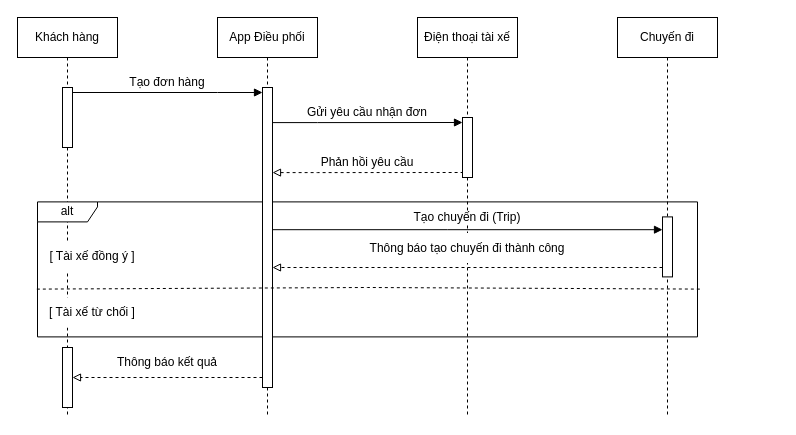
Earlier version of the draw.io diagram B03.drawio (Yuk1n3IzHav/B25DTCN324_IT105_session_10_bai_3). Source tidied: cells renumbered, new cells numbered last; positions are measured from the earlier drawing's top-left corner, leaving out a move shared by most shapes. Both pictures are drawn from the tidied source at 100%, with x=0, y=0 at pixel (17, 17).
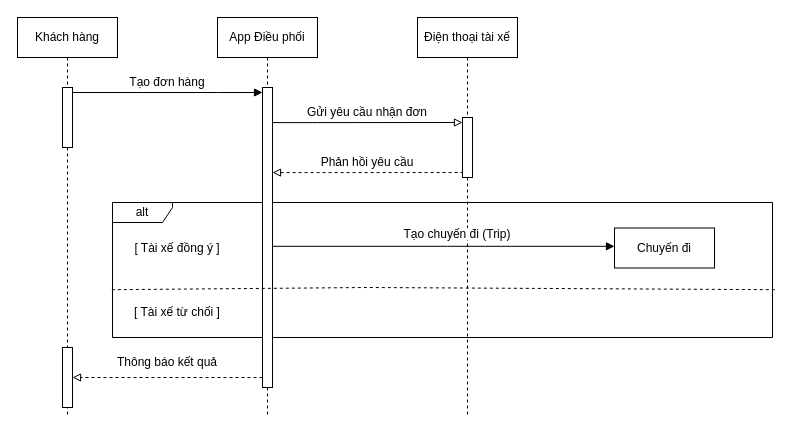
After the change.

Unchanged cells that the change refers to:
```xml
<mxCell id="8" value="Điện thoại tài xế" style="shape=umlLifeline;perimeter=lifelinePerimeter;whiteSpace=wrap;html=1;newEdgeStyle={&quot;curved&quot;:0,&quot;rounded&quot;:0};" parent="1" vertex="1">
  <mxGeometry x="400" width="100" height="400" as="geometry" />
</mxCell>
<mxCell id="9" style="html=1;points=[[0,0,0,0,5],[0,1,0,0,-5],[1,0,0,0,5],[1,1,0,0,-5]];perimeter=orthogonalPerimeter;outlineConnect=0;targetShapes=umlLifeline;portConstraint=eastwest;newEdgeStyle={&quot;curved&quot;:0,&quot;rounded&quot;:0};" parent="8" vertex="1">
  <mxGeometry x="45" y="100" width="10" height="60" as="geometry" />
</mxCell>
<mxCell id="13" style="html=1;points=[[0,0,0,0,5],[0,1,0,0,-5],[1,0,0,0,5],[1,1,0,0,-5]];perimeter=orthogonalPerimeter;outlineConnect=0;targetShapes=umlLifeline;portConstraint=eastwest;newEdgeStyle={&quot;curved&quot;:0,&quot;rounded&quot;:0};" parent="12" vertex="1">
  <mxGeometry x="45" y="70" width="10" height="300" as="geometry" />
</mxCell>
```

Diff of the diagram source:
```diff
@@
     <mxCell id="5" value="alt" style="shape=umlFrame;whiteSpace=wrap;html=1;width=60;height=20;" parent="1" vertex="1">
-      <mxGeometry x="20" y="184.4" width="660" height="135" as="geometry" />
+      <mxGeometry x="95" y="185" width="660" height="135" as="geometry" />
     </mxCell>
-    <mxCell id="6" value="Chuyến đi" style="shape=umlLifeline;perimeter=lifelinePerimeter;whiteSpace=wrap;html=1;newEdgeStyle={&quot;curved&quot;:0,&quot;rounded&quot;:0};" parent="1" vertex="1">
-      <mxGeometry x="600" width="100" height="400" as="geometry" />
-    </mxCell>
-    <mxCell id="7" style="html=1;points=[[0,0,0,0,5],[0,1,0,0,-5],[1,0,0,0,5],[1,1,0,0,-5]];perimeter=orthogonalPerimeter;outlineConnect=0;targetShapes=umlLifeline;portConstraint=eastwest;newEdgeStyle={&quot;curved&quot;:0,&quot;rounded&quot;:0};" parent="6" vertex="1">
-      <mxGeometry x="45" y="199.4" width="10" height="60" as="geometry" />
-    </mxCell>
@@
-    <mxCell id="10" style="edgeStyle=orthogonalEdgeStyle;rounded=0;jettySize=auto;html=1;curved=0;entryX=0;entryY=0;entryDx=0;entryDy=5;entryPerimeter=0;endArrow=block;endFill=1;" parent="8" edge="1" target="9">
+    <mxCell id="10" style="edgeStyle=orthogonalEdgeStyle;rounded=0;jettySize=auto;html=1;curved=0;entryX=0;entryY=0;entryDx=0;entryDy=5;entryPerimeter=0;endArrow=block;endFill=0;" parent="8" edge="1" target="9">
       <mxGeometry relative="1" as="geometry">
         <mxPoint x="-145" y="105.1" as="sourcePoint" />
         <Array as="points">
           <mxPoint x="-100" y="105" />
           <mxPoint x="-100" y="105" />
         </Array>
       </mxGeometry>
     </mxCell>
@@
     <mxCell id="14" style="edgeStyle=orthogonalEdgeStyle;rounded=0;orthogonalLoop=1;jettySize=auto;html=1;curved=0;endArrow=block;endFill=1;" parent="1" edge="1">
       <mxGeometry relative="1" as="geometry">
-        <mxPoint x="255" y="212.2" as="sourcePoint" />
-        <mxPoint x="645" y="212.2" as="targetPoint" />
+        <mxPoint x="255" y="228.8" as="sourcePoint" />
+        <mxPoint x="597" y="228.8" as="targetPoint" />
         <Array as="points">
-          <mxPoint x="430" y="212.2" />
-          <mxPoint x="430" y="212.2" />
+          <mxPoint x="430" y="228.8" />
+          <mxPoint x="430" y="228.8" />
         </Array>
       </mxGeometry>
     </mxCell>
@@
     <mxCell id="16" value="Tạo chuyến đi (Trip)" style="text;html=1;whiteSpace=wrap;strokeColor=none;fillColor=default;align=center;verticalAlign=middle;rounded=0;" parent="1" vertex="1">
-      <mxGeometry x="390" y="193.9" width="120" height="12.2" as="geometry" />
+      <mxGeometry x="380" y="210.5" width="120" height="12.2" as="geometry" />
     </mxCell>
@@
     <mxCell id="21" value="[ Tài xế đồng ý ]" style="text;html=1;whiteSpace=wrap;strokeColor=none;fillColor=default;align=center;verticalAlign=middle;rounded=0;" parent="1" vertex="1">
-      <mxGeometry x="30" y="224.4" width="90" height="30" as="geometry" />
+      <mxGeometry x="115" y="215.5" width="90" height="30" as="geometry" />
     </mxCell>
     <mxCell id="22" value="[ Tài xế từ chối ]" style="text;html=1;whiteSpace=wrap;strokeColor=none;fillColor=default;align=center;verticalAlign=middle;rounded=0;" parent="1" vertex="1">
-      <mxGeometry x="30" y="280" width="90" height="30" as="geometry" />
+      <mxGeometry x="115" y="280" width="90" height="30" as="geometry" />
     </mxCell>
@@
-    <mxCell id="25" style="edgeStyle=orthogonalEdgeStyle;rounded=0;jettySize=auto;html=1;curved=0;dashed=1;endArrow=block;endFill=0;" parent="1" edge="1" source="7" target="13">
-      <mxGeometry relative="1" as="geometry">
-        <Array as="points">
-          <mxPoint x="450" y="250" />
-          <mxPoint x="450" y="250" />
-        </Array>
-      </mxGeometry>
-    </mxCell>
-    <mxCell id="26" value="Thông báo tạo chuyến đi thành công" style="text;html=1;whiteSpace=wrap;strokeColor=none;fillColor=default;align=center;verticalAlign=middle;rounded=0;" parent="1" vertex="1">
-      <mxGeometry x="350" y="215.5" width="200" height="30" as="geometry" />
-    </mxCell>
+    <mxCell id="6" value="Chuyến đi" style="rounded=0;whiteSpace=wrap;html=1;" parent="1" vertex="1">
+      <mxGeometry x="597" y="210.5" width="100" height="40" as="geometry" />
+    </mxCell>
```
